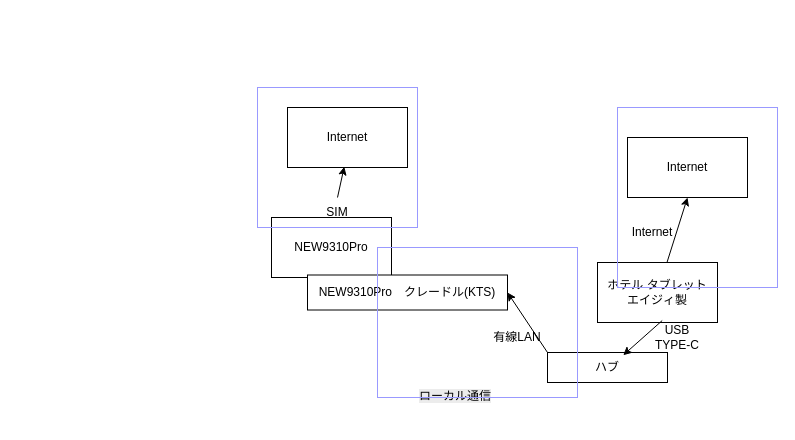
This is page "ページ1" (1 of 2) of terminal-api/obj/protect-structure.drawio from kyoshizawa/kywiki, a draw.io file, before an edit. Source tidied: cells renumbered, new cells numbered last; positions are measured from the earlier drawing's top-left corner, leaving out a move shared by most shapes. Both pictures are drawn from the tidied source at 100%, with x=0, y=0 at pixel (257, 87).
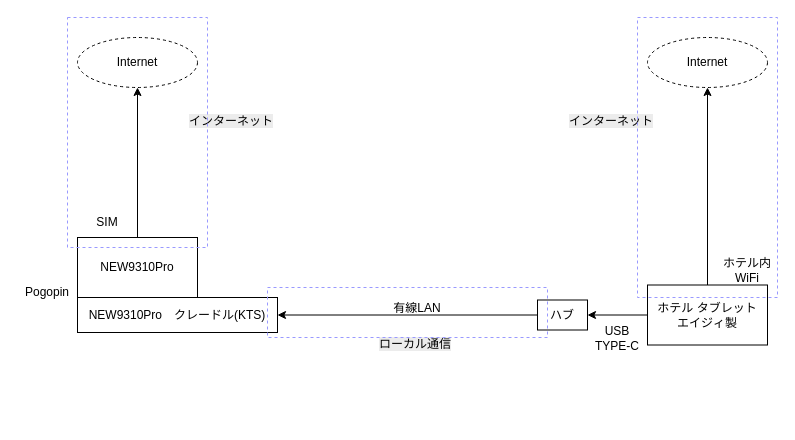
After the change.

The edit, as a diff of the source:
```diff
@@
+    <mxCell id="20" style="edgeStyle=orthogonalEdgeStyle;rounded=0;jettySize=auto;html=1;exitX=0.5;exitY=0;exitDx=0;exitDy=0;" parent="1" edge="1" source="6" target="25">
+      <mxGeometry relative="1" as="geometry" />
+    </mxCell>
     <mxCell id="2" value="NEW9310Pro" style="rounded=0;whiteSpace=wrap;html=1;" parent="1" vertex="1">
-      <mxGeometry x="14" y="130" width="120" height="60" as="geometry" />
+      <mxGeometry x="-180" y="150" width="120" height="60" as="geometry" />
     </mxCell>
-    <mxCell id="3" value="Internet" style="rounded=0;whiteSpace=wrap;html=1;" parent="1" vertex="1">
-      <mxGeometry x="30" y="20" width="120" height="60" as="geometry" />
-    </mxCell>
-    <mxCell id="4" style="endArrow=classic;html=1;rounded=0;entryX=0.473;entryY=0.987;entryDx=0;entryDy=0;entryPerimeter=0;exitX=0.5;exitY=0;exitDx=0;exitDy=0;" parent="1" edge="1" source="5" target="3">
+    <mxCell id="4" style="endArrow=classic;html=1;rounded=0;entryX=0.5;entryY=1;entryDx=0;entryDy=0;" parent="1" edge="1" source="2" target="21">
       <mxGeometry relative="1" as="geometry" />
     </mxCell>
     <mxCell id="5" value="SIM" style="text;html=1;align=center;verticalAlign=middle;whiteSpace=wrap;rounded=0;" parent="1" vertex="1">
-      <mxGeometry x="50" y="110" width="60" height="30" as="geometry" />
+      <mxGeometry x="-180" y="120" width="60" height="30" as="geometry" />
     </mxCell>
     <mxCell id="6" value="ホテル タブレット&lt;div&gt;エイジィ製&lt;/div&gt;" style="rounded=0;whiteSpace=wrap;html=1;" parent="1" vertex="1">
-      <mxGeometry x="340" y="175" width="120" height="60" as="geometry" />
+      <mxGeometry x="390" y="197.5" width="120" height="60" as="geometry" />
     </mxCell>
-    <mxCell id="7" style="endArrow=classic;html=1;rounded=0;exitX=0;exitY=0;exitDx=0;exitDy=0;entryX=1;entryY=0.5;entryDx=0;entryDy=0;" parent="1" edge="1" source="16" target="10">
+    <mxCell id="7" style="endArrow=classic;html=1;rounded=0;exitX=0;exitY=0.5;exitDx=0;exitDy=0;entryX=1;entryY=0.5;entryDx=0;entryDy=0;" parent="1" edge="1" source="16" target="10">
       <mxGeometry relative="1" as="geometry" />
     </mxCell>
     <mxCell id="8" value="有線LAN" style="text;html=1;align=center;verticalAlign=middle;whiteSpace=wrap;rounded=0;" parent="1" vertex="1">
-      <mxGeometry x="230" y="235" width="60" height="30" as="geometry" />
+      <mxGeometry x="130" y="206" width="60" height="30" as="geometry" />
     </mxCell>
-    <mxCell id="9" value="Internet" style="text;html=1;align=center;verticalAlign=middle;whiteSpace=wrap;rounded=0;" parent="1" vertex="1">
-      <mxGeometry x="330" y="130" width="130" height="30" as="geometry" />
-    </mxCell>
     <mxCell id="10" value="NEW9310Pro　クレードル(KTS)" style="rounded=0;whiteSpace=wrap;html=1;" parent="1" vertex="1">
-      <mxGeometry x="50" y="187.5" width="200" height="35" as="geometry" />
+      <mxGeometry x="-180" y="210" width="200" height="35" as="geometry" />
     </mxCell>
-    <mxCell id="11" value="Internet" style="rounded=0;whiteSpace=wrap;html=1;" parent="1" vertex="1">
-      <mxGeometry x="370" y="50" width="120" height="60" as="geometry" />
-    </mxCell>
-    <mxCell id="12" style="endArrow=classic;html=1;rounded=0;entryX=0.5;entryY=1;entryDx=0;entryDy=0;" parent="1" edge="1" source="6" target="11">
-      <mxGeometry relative="1" as="geometry" />
-    </mxCell>
     <mxCell id="13" value="&lt;span style=&quot;color: rgb(0, 0, 0); font-family: Helvetica; font-size: 12px; font-style: normal; font-variant-ligatures: normal; font-variant-caps: normal; font-weight: 400; letter-spacing: normal; orphans: 2; text-align: center; text-indent: 0px; text-transform: none; widows: 2; word-spacing: 0px; -webkit-text-stroke-width: 0px; white-space: normal; background-color: rgb(236, 236, 236); text-decoration-thickness: initial; text-decoration-style: initial; text-decoration-color: initial; display: inline !important; float: none;&quot;&gt;ローカル通信&lt;/span&gt;" style="text;whiteSpace=wrap;html=1;" parent="1" vertex="1">
-      <mxGeometry x="160" y="295" width="130" height="40" as="geometry" />
+      <mxGeometry x="120" y="242.5" width="130" height="40" as="geometry" />
     </mxCell>
-    <mxCell id="14" style="rounded=0;whiteSpace=wrap;html=1;fillColor=none;strokeColor=#9999FF;" parent="1" vertex="1">
-      <mxGeometry width="160" height="140" as="geometry" />
-    </mxCell>
-    <mxCell id="15" style="rounded=0;whiteSpace=wrap;html=1;fillColor=none;strokeColor=#9999FF;" parent="1" vertex="1">
-      <mxGeometry x="360" y="20" width="160" height="180" as="geometry" />
-    </mxCell>
     <mxCell id="16" value="ハブ" style="rounded=0;whiteSpace=wrap;html=1;" parent="1" vertex="1">
-      <mxGeometry x="290" y="265" width="120" height="30" as="geometry" />
+      <mxGeometry x="280" y="212.5" width="50" height="30" as="geometry" />
     </mxCell>
-    <mxCell id="17" style="endArrow=classic;html=1;rounded=0;exitX=0.539;exitY=0.968;exitDx=0;exitDy=0;exitPerimeter=0;entryX=0.631;entryY=0.09;entryDx=0;entryDy=0;entryPerimeter=0;" parent="1" edge="1" source="6" target="16">
+    <mxCell id="17" style="endArrow=classic;html=1;rounded=0;entryX=1;entryY=0.5;entryDx=0;entryDy=0;" parent="1" edge="1" source="6" target="16">
       <mxGeometry relative="1" as="geometry" />
     </mxCell>
     <mxCell id="18" value="USB TYPE-C" style="text;html=1;align=center;verticalAlign=middle;whiteSpace=wrap;rounded=0;" parent="1" vertex="1">
-      <mxGeometry x="390" y="235" width="60" height="30" as="geometry" />
+      <mxGeometry x="330" y="236" width="60" height="30" as="geometry" />
     </mxCell>
-    <mxCell id="19" style="rounded=0;whiteSpace=wrap;html=1;fillColor=none;strokeColor=#9999FF;" parent="1" vertex="1">
-      <mxGeometry x="120" y="160" width="200" height="150" as="geometry" />
-    </mxCell>
+    <mxCell id="21" value="Internet" style="ellipse;whiteSpace=wrap;html=1;dashed=1;" parent="1" vertex="1">
+      <mxGeometry x="-180" y="-50" width="120" height="50" as="geometry" />
+    </mxCell>
+    <mxCell id="22" value="&lt;span style=&quot;color: rgb(0, 0, 0); font-family: Helvetica; font-size: 12px; font-style: normal; font-variant-ligatures: normal; font-variant-caps: normal; font-weight: 400; letter-spacing: normal; orphans: 2; text-align: center; text-indent: 0px; text-transform: none; widows: 2; word-spacing: 0px; -webkit-text-stroke-width: 0px; white-space: normal; background-color: rgb(236, 236, 236); text-decoration-thickness: initial; text-decoration-style: initial; text-decoration-color: initial; display: inline !important; float: none;&quot;&gt;インターネット&lt;/span&gt;" style="text;whiteSpace=wrap;html=1;" parent="1" vertex="1">
+      <mxGeometry x="-70" y="20" width="100" height="30" as="geometry" />
+    </mxCell>
+    <mxCell id="23" value="Pogopin" style="text;html=1;align=center;verticalAlign=middle;whiteSpace=wrap;rounded=0;" parent="1" vertex="1">
+      <mxGeometry x="-240" y="190" width="60" height="30" as="geometry" />
+    </mxCell>
+    <mxCell id="24" style="rounded=0;whiteSpace=wrap;html=1;fillColor=none;strokeColor=#9999FF;dashed=1;" parent="1" vertex="1">
+      <mxGeometry x="10" y="200" width="280" height="50" as="geometry" />
+    </mxCell>
+    <mxCell id="25" value="Internet" style="ellipse;whiteSpace=wrap;html=1;dashed=1;" parent="1" vertex="1">
+      <mxGeometry x="390" y="-50" width="120" height="50" as="geometry" />
+    </mxCell>
+    <mxCell id="26" value="&lt;span style=&quot;color: rgb(0, 0, 0); font-family: Helvetica; font-size: 12px; font-style: normal; font-variant-ligatures: normal; font-variant-caps: normal; font-weight: 400; letter-spacing: normal; orphans: 2; text-align: center; text-indent: 0px; text-transform: none; widows: 2; word-spacing: 0px; -webkit-text-stroke-width: 0px; white-space: normal; background-color: rgb(236, 236, 236); text-decoration-thickness: initial; text-decoration-style: initial; text-decoration-color: initial; display: inline !important; float: none;&quot;&gt;インターネット&lt;/span&gt;" style="text;whiteSpace=wrap;html=1;" parent="1" vertex="1">
+      <mxGeometry x="310" y="20" width="100" height="30" as="geometry" />
+    </mxCell>
+    <mxCell id="14" style="rounded=0;whiteSpace=wrap;html=1;fillColor=none;strokeColor=#9999FF;dashed=1;" parent="1" vertex="1">
+      <mxGeometry x="-190" y="-70" width="140" height="230" as="geometry" />
+    </mxCell>
+    <mxCell id="27" value="ホテル内WiFi" style="text;html=1;align=center;verticalAlign=middle;whiteSpace=wrap;rounded=0;" parent="1" vertex="1">
+      <mxGeometry x="460" y="167.5" width="60" height="30" as="geometry" />
+    </mxCell>
+    <mxCell id="28" style="rounded=0;whiteSpace=wrap;html=1;fillColor=none;strokeColor=#9999FF;dashed=1;" parent="1" vertex="1">
+      <mxGeometry x="380" y="-70" width="140" height="280" as="geometry" />
+    </mxCell>
```
